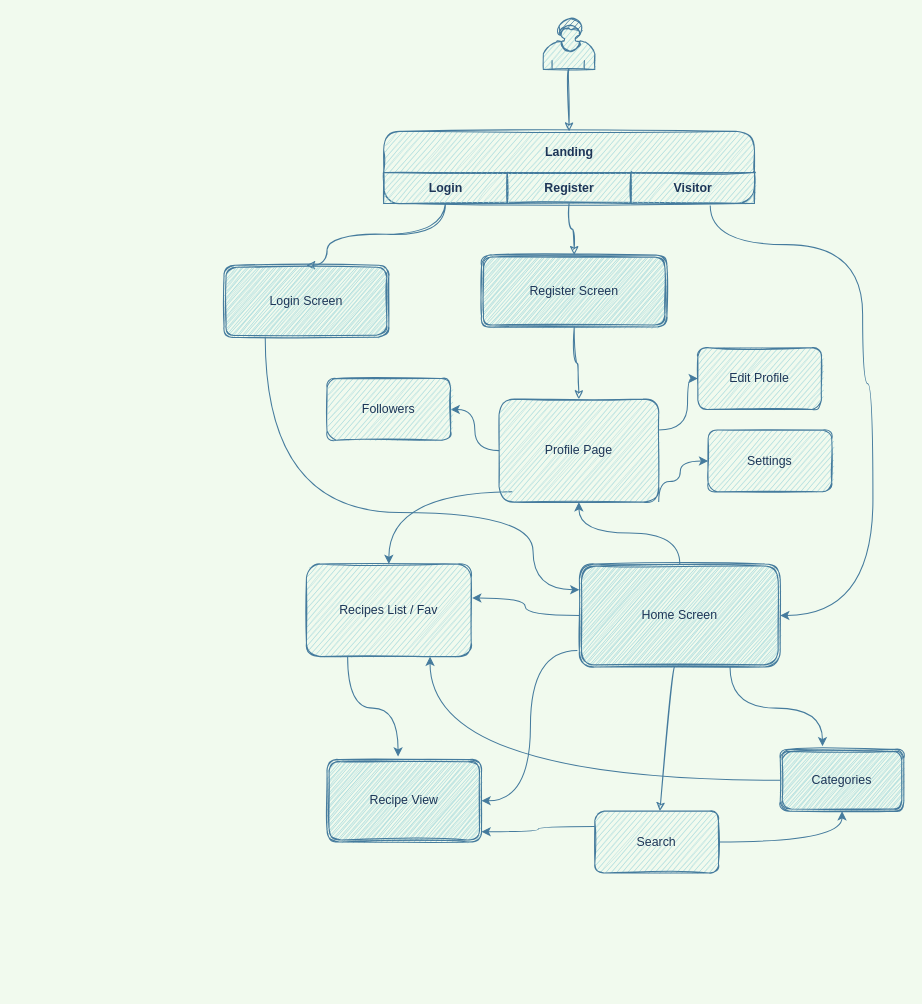
Above: Recipe App.drawio in AsierDev/Recipe-App-Flutter (draw.io), before the change. Source tidied: cells renumbered, new cells numbered last; positions are measured from the earlier drawing's top-left corner, leaving out a move shared by most shapes. Both pictures are drawn from the tidied source at 103%, with x=0, y=0 at pixel (224, 18).
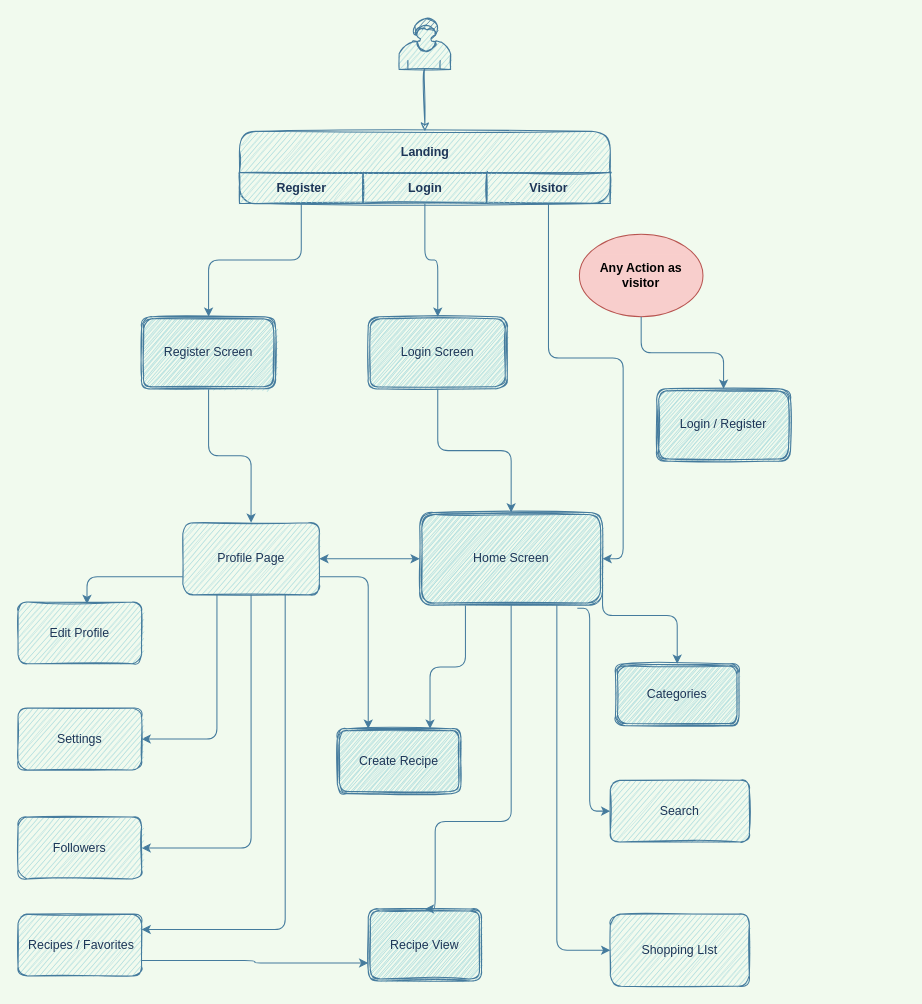
Above is the later version.

Change to the diagram source:
```diff
@@
+    <mxCell id="37" style="ellipse;whiteSpace=wrap;html=1;rounded=0;sketch=0;strokeColor=#b85450;fillColor=#f8cecc;" parent="1" vertex="1">
+      <mxGeometry x="345" y="210" width="120" height="80" as="geometry" />
+    </mxCell>
@@
     <mxCell id="3" style="shape=mxgraph.bpmn.user_task;html=1;outlineConnect=0;sketch=1;fillColor=#A8DADC;strokeColor=#457B9D;fontColor=#1D3557;rounded=1;" parent="1" vertex="1">
-      <mxGeometry x="310" width="50" height="50" as="geometry" />
+      <mxGeometry x="170" width="50" height="50" as="geometry" />
     </mxCell>
-    <mxCell id="4" style="edgeStyle=orthogonalEdgeStyle;jettySize=auto;html=1;entryX=0.5;entryY=0;entryDx=0;entryDy=0;sketch=1;labelBackgroundColor=#F1FAEE;strokeColor=#457B9D;fontColor=#1D3557;curved=1;" parent="1" edge="1" source="17" target="7">
-      <mxGeometry relative="1" as="geometry">
-        <Array as="points">
-          <mxPoint x="215" y="210" />
-          <mxPoint x="100" y="210" />
-        </Array>
-      </mxGeometry>
-    </mxCell>
-    <mxCell id="5" style="edgeStyle=orthogonalEdgeStyle;jettySize=auto;html=1;entryX=0.5;entryY=0;entryDx=0;entryDy=0;sketch=1;labelBackgroundColor=#F1FAEE;strokeColor=#457B9D;fontColor=#1D3557;curved=1;" parent="1" edge="1" source="18" target="9">
-      <mxGeometry relative="1" as="geometry" />
-    </mxCell>
-    <mxCell id="6" style="edgeStyle=orthogonalEdgeStyle;curved=1;rounded=1;sketch=0;jettySize=auto;html=1;exitX=0.25;exitY=1;exitDx=0;exitDy=0;entryX=0;entryY=0.25;entryDx=0;entryDy=0;strokeColor=#457B9D;fillColor=#A8DADC;fontColor=#1D3557;" parent="1" edge="1" source="7" target="15">
-      <mxGeometry relative="1" as="geometry">
-        <Array as="points">
-          <mxPoint x="40" y="480" />
-          <mxPoint x="300" y="480" />
-          <mxPoint x="300" y="555" />
-        </Array>
-      </mxGeometry>
+    <mxCell id="6" style="edgeStyle=orthogonalEdgeStyle;rounded=1;sketch=0;jettySize=auto;html=1;exitX=0.5;exitY=1;exitDx=0;exitDy=0;entryX=0.5;entryY=0;entryDx=0;entryDy=0;strokeColor=#457B9D;fillColor=#A8DADC;fontColor=#1D3557;" parent="1" edge="1" source="7" target="15">
+      <mxGeometry relative="1" as="geometry" />
     </mxCell>
     <mxCell id="7" value="Login Screen" style="shape=ext;double=1;whiteSpace=wrap;html=1;sketch=1;fillColor=#A8DADC;strokeColor=#457B9D;fontColor=#1D3557;rounded=1;" parent="1" vertex="1">
-      <mxGeometry y="240" width="160" height="70" as="geometry" />
+      <mxGeometry x="140" y="290" width="135" height="70" as="geometry" />
     </mxCell>
-    <mxCell id="8" style="edgeStyle=orthogonalEdgeStyle;jettySize=auto;html=1;sketch=1;labelBackgroundColor=#F1FAEE;strokeColor=#457B9D;fontColor=#1D3557;curved=1;" parent="1" edge="1" source="9" target="24">
+    <mxCell id="8" style="edgeStyle=orthogonalEdgeStyle;rounded=1;sketch=0;jettySize=auto;html=1;entryX=0.5;entryY=0;entryDx=0;entryDy=0;strokeColor=#457B9D;fillColor=#A8DADC;fontColor=#1D3557;" parent="1" edge="1" source="9" target="24">
       <mxGeometry relative="1" as="geometry" />
     </mxCell>
     <mxCell id="9" value="Register Screen" style="shape=ext;double=1;whiteSpace=wrap;html=1;sketch=1;fillColor=#A8DADC;strokeColor=#457B9D;fontColor=#1D3557;rounded=1;" parent="1" vertex="1">
-      <mxGeometry x="250" y="230" width="180" height="70" as="geometry" />
+      <mxGeometry x="-80" y="290" width="130" height="70" as="geometry" />
     </mxCell>
-    <mxCell id="10" style="jettySize=auto;html=1;sketch=1;labelBackgroundColor=#F1FAEE;strokeColor=#457B9D;fontColor=#1D3557;curved=1;" parent="1" edge="1" source="15" target="27">
-      <mxGeometry relative="1" as="geometry" />
-    </mxCell>
-    <mxCell id="11" style="edgeStyle=orthogonalEdgeStyle;sketch=0;jettySize=auto;html=1;strokeColor=#457B9D;fillColor=#A8DADC;fontColor=#1D3557;curved=1;" parent="1" edge="1" source="15" target="24">
-      <mxGeometry relative="1" as="geometry" />
-    </mxCell>
-    <mxCell id="12" style="edgeStyle=orthogonalEdgeStyle;curved=1;rounded=1;sketch=0;jettySize=auto;html=1;exitX=0;exitY=0.5;exitDx=0;exitDy=0;entryX=1.006;entryY=0.367;entryDx=0;entryDy=0;strokeColor=#457B9D;fillColor=#A8DADC;fontColor=#1D3557;entryPerimeter=0;" parent="1" edge="1" source="15" target="29">
-      <mxGeometry relative="1" as="geometry" />
-    </mxCell>
-    <mxCell id="13" style="edgeStyle=orthogonalEdgeStyle;curved=1;rounded=1;sketch=0;jettySize=auto;html=1;strokeColor=#457B9D;fillColor=#A8DADC;fontColor=#1D3557;entryX=1;entryY=0.5;entryDx=0;entryDy=0;exitX=-0.01;exitY=0.84;exitDx=0;exitDy=0;exitPerimeter=0;" parent="1" edge="1" source="15" target="35">
-      <mxGeometry relative="1" as="geometry" />
-    </mxCell>
-    <mxCell id="14" style="edgeStyle=orthogonalEdgeStyle;curved=1;rounded=1;sketch=0;jettySize=auto;html=1;exitX=0.75;exitY=1;exitDx=0;exitDy=0;entryX=0.342;entryY=-0.05;entryDx=0;entryDy=0;entryPerimeter=0;strokeColor=#457B9D;fillColor=#A8DADC;fontColor=#1D3557;" parent="1" edge="1" source="15" target="34">
-      <mxGeometry relative="1" as="geometry" />
-    </mxCell>
-    <mxCell id="15" value="Home Screen" style="shape=ext;double=1;whiteSpace=wrap;html=1;sketch=1;fillColor=#A8DADC;strokeColor=#457B9D;fontColor=#1D3557;rounded=1;" parent="1" vertex="1">
-      <mxGeometry x="345" y="530" width="195" height="100" as="geometry" />
-    </mxCell>
-    <mxCell id="16" value="Landing" style="swimlane;html=1;startSize=40;sketch=1;fillColor=#A8DADC;strokeColor=#457B9D;fontColor=#1D3557;rounded=1;" parent="1" vertex="1">
-      <mxGeometry x="155" y="110" width="360" height="70" as="geometry" />
-    </mxCell>
-    <mxCell id="17" value="Login" style="swimlane;html=1;startSize=30;sketch=1;fillColor=#A8DADC;strokeColor=#457B9D;fontColor=#1D3557;rounded=1;" parent="16" vertex="1">
-      <mxGeometry y="40" width="120" height="30" as="geometry" />
-    </mxCell>
-    <mxCell id="18" value="Register" style="swimlane;html=1;startSize=30;sketch=1;fillColor=#A8DADC;strokeColor=#457B9D;fontColor=#1D3557;rounded=1;" parent="16" vertex="1">
-      <mxGeometry x="120" y="40" width="120" height="30" as="geometry" />
-    </mxCell>
-    <mxCell id="19" value="Visitor" style="swimlane;html=1;startSize=30;sketch=1;fillColor=#A8DADC;strokeColor=#457B9D;fontColor=#1D3557;rounded=1;" parent="16" vertex="1">
-      <mxGeometry x="240" y="40" width="120" height="30" as="geometry" />
-    </mxCell>
+    <mxCell id="21" style="edgeStyle=orthogonalEdgeStyle;rounded=1;sketch=0;jettySize=auto;html=1;exitX=0;exitY=0.75;exitDx=0;exitDy=0;entryX=0.558;entryY=0.033;entryDx=0;entryDy=0;entryPerimeter=0;strokeColor=#457B9D;fillColor=#A8DADC;fontColor=#1D3557;" parent="1" edge="1" source="24" target="31">
+      <mxGeometry relative="1" as="geometry" />
+    </mxCell>
+    <mxCell id="38" style="edgeStyle=orthogonalEdgeStyle;rounded=1;sketch=0;jettySize=auto;html=1;exitX=0.25;exitY=1;exitDx=0;exitDy=0;entryX=1;entryY=0.5;entryDx=0;entryDy=0;strokeColor=#457B9D;fillColor=#A8DADC;fontColor=#1D3557;" parent="1" edge="1" source="24" target="32">
+      <mxGeometry relative="1" as="geometry" />
+    </mxCell>
-    <mxCell id="20" style="edgeStyle=orthogonalEdgeStyle;sketch=0;jettySize=auto;html=1;strokeColor=#457B9D;fillColor=#A8DADC;fontColor=#1D3557;curved=1;" parent="1" edge="1" source="24" target="30">
+    <mxCell id="20" style="edgeStyle=orthogonalEdgeStyle;rounded=1;sketch=0;jettySize=auto;html=1;exitX=0.5;exitY=1;exitDx=0;exitDy=0;entryX=1;entryY=0.5;entryDx=0;entryDy=0;strokeColor=#457B9D;fillColor=#A8DADC;fontColor=#1D3557;" parent="1" edge="1" source="24" target="30">
       <mxGeometry relative="1" as="geometry" />
     </mxCell>
-    <mxCell id="21" style="edgeStyle=orthogonalEdgeStyle;sketch=0;jettySize=auto;html=1;strokeColor=#457B9D;fillColor=#A8DADC;fontColor=#1D3557;entryX=0;entryY=0.5;entryDx=0;entryDy=0;curved=1;" parent="1" edge="1" source="24" target="31">
-      <mxGeometry relative="1" as="geometry">
-        <Array as="points">
-          <mxPoint x="450" y="400" />
-          <mxPoint x="450" y="350" />
-        </Array>
-      </mxGeometry>
-    </mxCell>
-    <mxCell id="22" style="edgeStyle=orthogonalEdgeStyle;sketch=0;jettySize=auto;html=1;exitX=1;exitY=1;exitDx=0;exitDy=0;strokeColor=#457B9D;fillColor=#A8DADC;fontColor=#1D3557;curved=1;" parent="1" edge="1" source="24">
-      <mxGeometry relative="1" as="geometry">
-        <mxPoint x="470" y="430" as="targetPoint" />
-        <Array as="points">
-          <mxPoint x="443" y="450" />
-          <mxPoint x="443" y="430" />
-        </Array>
-      </mxGeometry>
-    </mxCell>
-    <mxCell id="23" style="edgeStyle=orthogonalEdgeStyle;curved=1;rounded=1;sketch=0;jettySize=auto;html=1;strokeColor=#457B9D;fillColor=#A8DADC;fontColor=#1D3557;" parent="1" edge="1" target="29">
-      <mxGeometry relative="1" as="geometry">
-        <mxPoint x="280" y="460" as="sourcePoint" />
-      </mxGeometry>
-    </mxCell>
+    <mxCell id="39" style="edgeStyle=orthogonalEdgeStyle;rounded=1;sketch=0;jettySize=auto;html=1;exitX=0.75;exitY=1;exitDx=0;exitDy=0;entryX=1;entryY=0.25;entryDx=0;entryDy=0;strokeColor=#457B9D;fillColor=#A8DADC;fontColor=#1D3557;" parent="1" edge="1" source="24" target="29">
+      <mxGeometry relative="1" as="geometry" />
+    </mxCell>
+    <mxCell id="40" style="edgeStyle=orthogonalEdgeStyle;rounded=1;sketch=0;jettySize=auto;html=1;exitX=1;exitY=0.75;exitDx=0;exitDy=0;entryX=0.25;entryY=0;entryDx=0;entryDy=0;strokeColor=#457B9D;fillColor=#A8DADC;fontColor=#1D3557;" parent="1" edge="1" source="24" target="43">
+      <mxGeometry relative="1" as="geometry" />
+    </mxCell>
     <mxCell id="24" value="Profile Page" style="whiteSpace=wrap;html=1;sketch=1;fillColor=#A8DADC;strokeColor=#457B9D;fontColor=#1D3557;rounded=1;" parent="1" vertex="1">
-      <mxGeometry x="267" y="370" width="155" height="100" as="geometry" />
+      <mxGeometry x="-40" y="490" width="132.5" height="70" as="geometry" />
     </mxCell>
-    <mxCell id="25" style="edgeStyle=orthogonalEdgeStyle;curved=1;rounded=1;sketch=0;jettySize=auto;html=1;exitX=0;exitY=0.25;exitDx=0;exitDy=0;entryX=1;entryY=0.875;entryDx=0;entryDy=0;strokeColor=#457B9D;fillColor=#A8DADC;fontColor=#1D3557;entryPerimeter=0;" parent="1" edge="1" source="27" target="35">
-      <mxGeometry relative="1" as="geometry" />
-    </mxCell>
-    <mxCell id="26" style="edgeStyle=orthogonalEdgeStyle;curved=1;rounded=1;sketch=0;jettySize=auto;html=1;exitX=1;exitY=0.5;exitDx=0;exitDy=0;entryX=0.5;entryY=1;entryDx=0;entryDy=0;strokeColor=#457B9D;fillColor=#A8DADC;fontColor=#1D3557;" parent="1" edge="1" source="27" target="34">
-      <mxGeometry relative="1" as="geometry" />
-    </mxCell>
     <mxCell id="27" value="Search" style="whiteSpace=wrap;html=1;sketch=1;fillColor=#A8DADC;strokeColor=#457B9D;fontColor=#1D3557;rounded=1;" parent="1" vertex="1">
-      <mxGeometry x="360" y="770" width="120" height="60" as="geometry" />
+      <mxGeometry x="375" y="740" width="135" height="60" as="geometry" />
     </mxCell>
-    <mxCell id="28" style="edgeStyle=orthogonalEdgeStyle;curved=1;rounded=1;sketch=0;jettySize=auto;html=1;exitX=0.25;exitY=1;exitDx=0;exitDy=0;entryX=0.46;entryY=-0.037;entryDx=0;entryDy=0;entryPerimeter=0;strokeColor=#457B9D;fillColor=#A8DADC;fontColor=#1D3557;" parent="1" edge="1" source="29" target="35">
+    <mxCell id="28" style="edgeStyle=orthogonalEdgeStyle;rounded=1;sketch=0;jettySize=auto;html=1;exitX=1;exitY=0.75;exitDx=0;exitDy=0;entryX=0;entryY=0.75;entryDx=0;entryDy=0;strokeColor=#457B9D;fillColor=#A8DADC;fontColor=#1D3557;" parent="1" edge="1" source="29" target="35">
       <mxGeometry relative="1" as="geometry" />
     </mxCell>
-    <mxCell id="29" value="Recipes List / Fav" style="whiteSpace=wrap;html=1;sketch=1;fillColor=#A8DADC;strokeColor=#457B9D;fontColor=#1D3557;rounded=1;" parent="1" vertex="1">
-      <mxGeometry x="80" y="530" width="160" height="90" as="geometry" />
+    <mxCell id="29" value="&amp;nbsp;Recipes / Favorites" style="whiteSpace=wrap;html=1;sketch=1;fillColor=#A8DADC;strokeColor=#457B9D;fontColor=#1D3557;rounded=1;" parent="1" vertex="1">
+      <mxGeometry x="-200" y="870" width="120" height="60" as="geometry" />
     </mxCell>
     <mxCell id="30" value="Followers" style="whiteSpace=wrap;html=1;sketch=1;fillColor=#A8DADC;strokeColor=#457B9D;fontColor=#1D3557;rounded=1;" parent="1" vertex="1">
-      <mxGeometry x="100" y="350" width="120" height="60" as="geometry" />
+      <mxGeometry x="-200" y="775.8" width="120" height="60" as="geometry" />
     </mxCell>
     <mxCell id="31" value="Edit Profile" style="whiteSpace=wrap;html=1;sketch=1;fillColor=#A8DADC;strokeColor=#457B9D;fontColor=#1D3557;rounded=1;" parent="1" vertex="1">
-      <mxGeometry x="460" y="320" width="120" height="60" as="geometry" />
+      <mxGeometry x="-200" y="567" width="120" height="60" as="geometry" />
     </mxCell>
     <mxCell id="32" value="Settings" style="whiteSpace=wrap;html=1;sketch=1;fillColor=#A8DADC;strokeColor=#457B9D;fontColor=#1D3557;rounded=1;" parent="1" vertex="1">
-      <mxGeometry x="470" y="400" width="120" height="60" as="geometry" />
+      <mxGeometry x="-200" y="670" width="120" height="60" as="geometry" />
     </mxCell>
-    <mxCell id="33" style="edgeStyle=orthogonalEdgeStyle;curved=1;rounded=1;sketch=0;jettySize=auto;html=1;exitX=0;exitY=0.5;exitDx=0;exitDy=0;entryX=0.75;entryY=1;entryDx=0;entryDy=0;strokeColor=#457B9D;fillColor=#A8DADC;fontColor=#1D3557;" parent="1" edge="1" source="34" target="29">
-      <mxGeometry relative="1" as="geometry" />
-    </mxCell>
     <mxCell id="34" value="Categories" style="shape=ext;double=1;whiteSpace=wrap;html=1;sketch=1;fillColor=#A8DADC;strokeColor=#457B9D;fontColor=#1D3557;rounded=1;" parent="1" vertex="1">
-      <mxGeometry x="540" y="710" width="120" height="60" as="geometry" />
+      <mxGeometry x="380" y="627" width="120" height="60" as="geometry" />
     </mxCell>
     <mxCell id="35" value="Recipe View" style="shape=ext;double=1;whiteSpace=wrap;html=1;sketch=1;fillColor=#A8DADC;strokeColor=#457B9D;fontColor=#1D3557;rounded=1;" parent="1" vertex="1">
-      <mxGeometry x="100" y="720" width="150" height="80" as="geometry" />
+      <mxGeometry x="140" y="865" width="110" height="70" as="geometry" />
     </mxCell>
+    <mxCell id="41" style="edgeStyle=orthogonalEdgeStyle;rounded=1;sketch=0;jettySize=auto;html=1;exitX=0.25;exitY=1;exitDx=0;exitDy=0;entryX=0.75;entryY=0;entryDx=0;entryDy=0;strokeColor=#457B9D;fillColor=#A8DADC;fontColor=#1D3557;" parent="1" edge="1" source="15" target="43">
+      <mxGeometry relative="1" as="geometry" />
+    </mxCell>
+    <mxCell id="13" style="edgeStyle=orthogonalEdgeStyle;rounded=1;sketch=0;jettySize=auto;html=1;exitX=0.5;exitY=1;exitDx=0;exitDy=0;entryX=0.5;entryY=0;entryDx=0;entryDy=0;strokeColor=#457B9D;fillColor=#A8DADC;fontColor=#1D3557;" parent="1" edge="1" source="15" target="35">
+      <mxGeometry relative="1" as="geometry">
+        <Array as="points">
+          <mxPoint x="279" y="780" />
+          <mxPoint x="205" y="780" />
+        </Array>
+      </mxGeometry>
+    </mxCell>
+    <mxCell id="14" style="edgeStyle=orthogonalEdgeStyle;rounded=1;sketch=0;jettySize=auto;html=1;exitX=1;exitY=0.75;exitDx=0;exitDy=0;entryX=0.5;entryY=0;entryDx=0;entryDy=0;strokeColor=#457B9D;fillColor=#A8DADC;fontColor=#1D3557;" parent="1" edge="1" source="15" target="34">
+      <mxGeometry relative="1" as="geometry">
+        <Array as="points">
+          <mxPoint x="368" y="580" />
+          <mxPoint x="440" y="580" />
+        </Array>
+      </mxGeometry>
+    </mxCell>
+    <mxCell id="42" style="edgeStyle=orthogonalEdgeStyle;rounded=1;sketch=0;jettySize=auto;html=1;exitX=0.75;exitY=1;exitDx=0;exitDy=0;entryX=0;entryY=0.5;entryDx=0;entryDy=0;strokeColor=#457B9D;fillColor=#A8DADC;fontColor=#1D3557;" parent="1" edge="1" source="15" target="48">
+      <mxGeometry relative="1" as="geometry" />
+    </mxCell>
+    <mxCell id="10" style="edgeStyle=orthogonalEdgeStyle;rounded=1;sketch=0;jettySize=auto;html=1;exitX=0.862;exitY=1.033;exitDx=0;exitDy=0;entryX=0;entryY=0.5;entryDx=0;entryDy=0;strokeColor=#457B9D;fillColor=#A8DADC;fontColor=#1D3557;exitPerimeter=0;" parent="1" edge="1" source="15" target="27">
+      <mxGeometry relative="1" as="geometry">
+        <Array as="points">
+          <mxPoint x="355" y="573" />
+          <mxPoint x="355" y="770" />
+        </Array>
+      </mxGeometry>
+    </mxCell>
+    <mxCell id="15" value="Home Screen" style="shape=ext;double=1;whiteSpace=wrap;html=1;sketch=1;fillColor=#A8DADC;strokeColor=#457B9D;fontColor=#1D3557;rounded=1;" parent="1" vertex="1">
+      <mxGeometry x="190" y="480" width="177.5" height="90" as="geometry" />
+    </mxCell>
+    <mxCell id="43" value="Create Recipe" style="shape=ext;double=1;whiteSpace=wrap;html=1;sketch=1;fillColor=#A8DADC;strokeColor=#457B9D;fontColor=#1D3557;rounded=1;" parent="1" vertex="1">
+      <mxGeometry x="110" y="690" width="120" height="63" as="geometry" />
+    </mxCell>
+    <mxCell id="44" value="Login / Register" style="shape=ext;double=1;whiteSpace=wrap;html=1;sketch=1;fillColor=#A8DADC;strokeColor=#457B9D;fontColor=#1D3557;rounded=1;" parent="1" vertex="1">
+      <mxGeometry x="420" y="360" width="130" height="70" as="geometry" />
+    </mxCell>
+    <mxCell id="45" style="edgeStyle=orthogonalEdgeStyle;rounded=1;sketch=0;jettySize=auto;html=1;exitX=0.5;exitY=1;exitDx=0;exitDy=0;entryX=0.5;entryY=0;entryDx=0;entryDy=0;strokeColor=#457B9D;fillColor=#A8DADC;fontColor=#1D3557;" parent="1" edge="1" source="37" target="44">
+      <mxGeometry relative="1" as="geometry" />
+    </mxCell>
+    <mxCell id="46" value="Any Action as visitor" style="text;html=1;fillColor=#f8cecc;align=center;verticalAlign=middle;whiteSpace=wrap;rounded=0;sketch=0;rotation=0;fontStyle=1;" parent="1" vertex="1">
+      <mxGeometry x="360" y="230" width="90" height="40" as="geometry" />
+    </mxCell>
+    <mxCell id="47" style="edgeStyle=orthogonalEdgeStyle;rounded=1;sketch=0;jettySize=auto;html=1;exitX=0.5;exitY=1;exitDx=0;exitDy=0;entryX=0.5;entryY=0;entryDx=0;entryDy=0;strokeColor=#457B9D;fillColor=#A8DADC;fontColor=#1D3557;" parent="1" edge="1" source="17" target="9">
+      <mxGeometry relative="1" as="geometry" />
+    </mxCell>
+    <mxCell id="48" value="Shopping LIst" style="whiteSpace=wrap;html=1;sketch=1;fillColor=#A8DADC;strokeColor=#457B9D;fontColor=#1D3557;rounded=1;" parent="1" vertex="1">
+      <mxGeometry x="375" y="870" width="135" height="70" as="geometry" />
+    </mxCell>
+    <mxCell id="49" style="endArrow=classic;startArrow=classic;html=1;strokeColor=#457B9D;fillColor=#A8DADC;fontColor=#1D3557;entryX=0;entryY=0.5;entryDx=0;entryDy=0;exitX=1;exitY=0.5;exitDx=0;exitDy=0;" parent="1" edge="1" source="24" target="15">
+      <mxGeometry relative="1" as="geometry" />
+    </mxCell>
+    <mxCell id="50" style="edgeStyle=orthogonalEdgeStyle;rounded=1;sketch=0;jettySize=auto;html=1;exitX=0.5;exitY=1;exitDx=0;exitDy=0;entryX=0.5;entryY=0;entryDx=0;entryDy=0;strokeColor=#457B9D;fillColor=#A8DADC;fontColor=#1D3557;" parent="1" edge="1" source="18" target="7">
+      <mxGeometry relative="1" as="geometry" />
+    </mxCell>
-    <mxCell id="36" style="edgeStyle=orthogonalEdgeStyle;curved=1;rounded=1;sketch=0;jettySize=auto;html=1;exitX=0.642;exitY=1.067;exitDx=0;exitDy=0;strokeColor=#457B9D;fillColor=#A8DADC;fontColor=#1D3557;entryX=1;entryY=0.5;entryDx=0;entryDy=0;exitPerimeter=0;" parent="1" edge="1" source="19" target="15">
-      <mxGeometry relative="1" as="geometry">
-        <Array as="points">
-          <mxPoint x="472" y="220" />
-          <mxPoint x="620" y="220" />
-          <mxPoint x="620" y="355" />
-          <mxPoint x="630" y="355" />
-          <mxPoint x="630" y="580" />
-        </Array>
-      </mxGeometry>
+    <mxCell id="36" style="edgeStyle=orthogonalEdgeStyle;rounded=1;sketch=0;jettySize=auto;html=1;exitX=0.5;exitY=1;exitDx=0;exitDy=0;entryX=1;entryY=0.5;entryDx=0;entryDy=0;strokeColor=#457B9D;fillColor=#A8DADC;fontColor=#1D3557;" parent="1" edge="1" source="19" target="15">
+      <mxGeometry relative="1" as="geometry" />
     </mxCell>
+    <mxCell id="16" value="Landing" style="swimlane;html=1;startSize=40;sketch=1;fillColor=#A8DADC;strokeColor=#457B9D;fontColor=#1D3557;rounded=1;" parent="1" vertex="1">
+      <mxGeometry x="15" y="110" width="360" height="70" as="geometry" />
+    </mxCell>
+    <mxCell id="17" value="Register" style="swimlane;html=1;startSize=30;sketch=1;fillColor=#A8DADC;strokeColor=#457B9D;fontColor=#1D3557;rounded=1;" parent="16" vertex="1">
+      <mxGeometry y="40" width="120" height="30" as="geometry" />
+    </mxCell>
+    <mxCell id="18" value="Login" style="swimlane;html=1;startSize=30;sketch=1;fillColor=#A8DADC;strokeColor=#457B9D;fontColor=#1D3557;rounded=1;" parent="16" vertex="1">
+      <mxGeometry x="120" y="40" width="120" height="30" as="geometry" />
+    </mxCell>
+    <mxCell id="19" value="Visitor" style="swimlane;html=1;startSize=30;sketch=1;fillColor=#A8DADC;strokeColor=#457B9D;fontColor=#1D3557;rounded=1;" parent="16" vertex="1">
+      <mxGeometry x="240" y="40" width="120" height="30" as="geometry" />
+    </mxCell>
```
